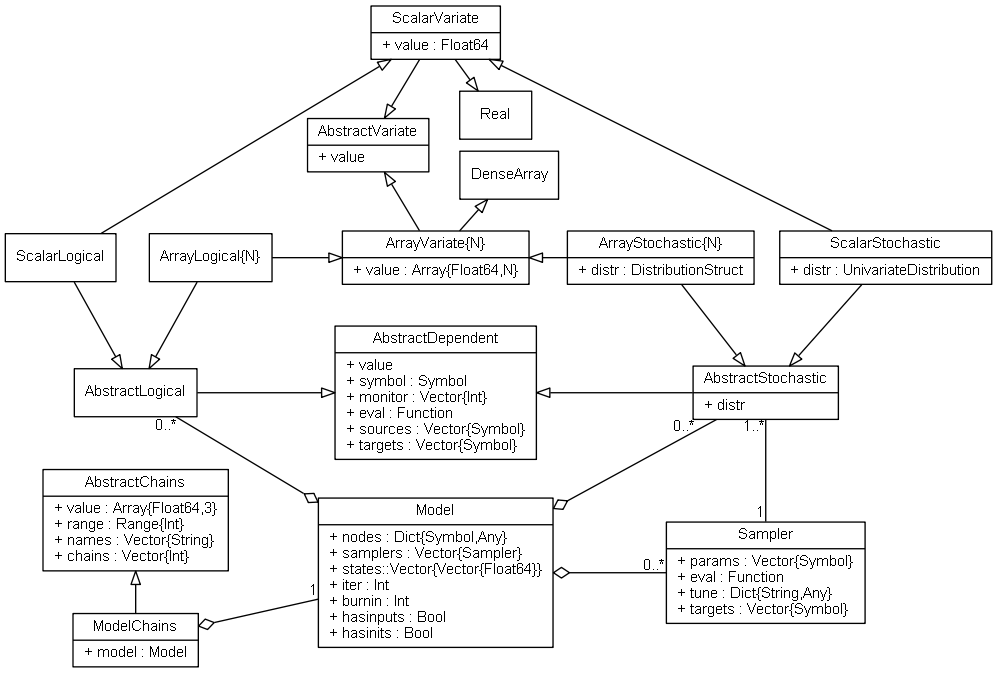
Earlier version of the Graphviz export doc/images/mcmcUML.png (brian-j-smith/Mamba.jl). Its source is kept beside it as doc/images/mcmcUML.dot.
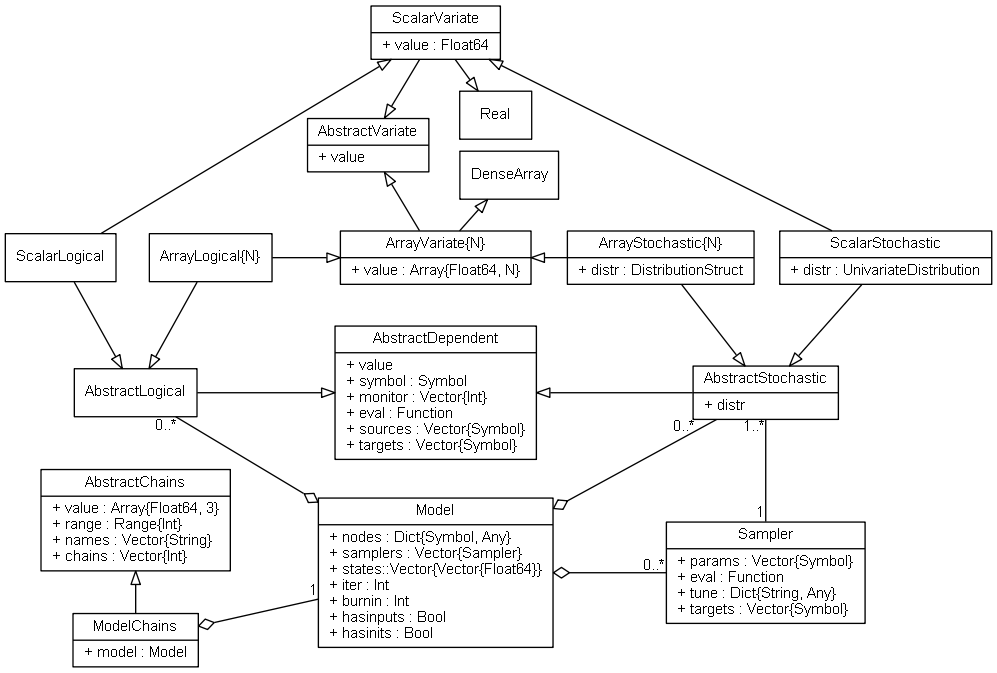
Later version of the same file.

Diff of the diagram source:
```diff
@@ -8,37 +8,37 @@
 
     edge [fontname = "Helvetica", fontsize = 11, dir = both, arrowtail = none, arrowhead = none]
 
-    Real [label = "{Real}", pos="315,610"]
+    Real [label = "{Real}", pos="315, 610"]
 
-    DenseArray [label = "{DenseArray}", pos="324,570"]
+    DenseArray [label = "{DenseArray}", pos="324, 570"]
 
-    AbstractDependent [label = "{AbstractDependent|+ value\l+ symbol : Symbol\l+ monitor : Vector\{Int\}\l+ eval : Function\l+ sources : Vector\{Symbol\}\l+ targets : Vector\{Symbol\}\l}", pos="275,425"]
+    AbstractDependent [label = "{AbstractDependent|+ value\l+ symbol : Symbol\l+ monitor : Vector\{Int\}\l+ eval : Function\l+ sources : Vector\{Symbol\}\l+ targets : Vector\{Symbol\}\l}", pos="275, 425"]
 
-    AbstractLogical [label = "{AbstractLogical}", pos="75,425"]
+    AbstractLogical [label = "{AbstractLogical}", pos="75, 425"]
 
-    AbstractStochastic [label = "{AbstractStochastic|+ distr\l}", pos="495,425"]
+    AbstractStochastic [label = "{AbstractStochastic|+ distr\l}", pos="495, 425"]
 
-    AbstractVariate [label = "{AbstractVariate|+ value\l}", pos="230,590"]
+    AbstractVariate [label = "{AbstractVariate|+ value\l}", pos="230, 590"]
 
-    ArrayLogical [label = "{ArrayLogical\{N\}}", pos="125,515"]
+    ArrayLogical [label = "{ArrayLogical\{N\}}", pos="125, 515"]
 
-    ArrayStochastic [label = "{ArrayStochastic\{N\}|+ distr : DistributionStruct\l}", pos="425,515"]
+    ArrayStochastic [label = "{ArrayStochastic\{N\}|+ distr : DistributionStruct\l}", pos="425, 515"]
 
-    ArrayVariate [label = "{ArrayVariate\{N\}|+ value : Array\{Float64,N\}\l}", pos="275,515"]
+    ArrayVariate [label = "{ArrayVariate\{N\}|+ value : Array\{Float64, N\}\l}", pos="275, 515"]
 
-    ScalarLogical [label = "{ScalarLogical}", pos="25,515"]
+    ScalarLogical [label = "{ScalarLogical}", pos="25, 515"]
 
-    ScalarStochastic [label = "{ScalarStochastic|+ distr : UnivariateDistribution\l}", pos="575,515"]
+    ScalarStochastic [label = "{ScalarStochastic|+ distr : UnivariateDistribution\l}", pos="575, 515"]
 
-    ScalarVariate [label = "{ScalarVariate|+ value : Float64\l}", pos="275,665"]
+    ScalarVariate [label = "{ScalarVariate|+ value : Float64\l}", pos="275, 665"]
 
-    Model [label = "{Model|+ nodes : Dict\{Symbol,Any\}\l+ samplers : Vector\{Sampler\}\l+ states::Vector\{Vector\{Float64\}\}\l+ iter : Int\l+ burnin : Int\l+ hasinputs : Bool\l+ hasinits : Bool\l}", pos="275,305"]
+    Model [label = "{Model|+ nodes : Dict\{Symbol, Any\}\l+ samplers : Vector\{Sampler\}\l+ states::Vector\{Vector\{Float64\}\}\l+ iter : Int\l+ burnin : Int\l+ hasinputs : Bool\l+ hasinits : Bool\l}", pos="275, 305"]
 
-    Sampler [label = "{Sampler|+ params : Vector\{Symbol\}\l+ eval : Function\l+ tune : Dict\{String,Any\}\l+ targets : Vector\{Symbol\}\l}", pos="495,305"]
+    Sampler [label = "{Sampler|+ params : Vector\{Symbol\}\l+ eval : Function\l+ tune : Dict\{String, Any\}\l+ targets : Vector\{Symbol\}\l}", pos="495, 305"]
 
-    AbstractChains  [label = "{AbstractChains|+ value : Array\{Float64,3\}\l+ range : Range\{Int\}\l+ names : Vector\{String\}\l+ chains : Vector\{Int\}\l}", pos="75,340"]
+    AbstractChains  [label = "{AbstractChains|+ value : Array\{Float64, 3\}\l+ range : Range\{Int\}\l+ names : Vector\{String\}\l+ chains : Vector\{Int\}\l}", pos="75, 340"]
 
-    ModelChains [label = "{ModelChains|+ model : Model\l}", pos="75,260"]
+    ModelChains [label = "{ModelChains|+ model : Model\l}", pos="75, 260"]
 
     Real -- ScalarVariate [arrowtail = empty]
     DenseArray -- ArrayVariate [arrowtail = empty]
```
